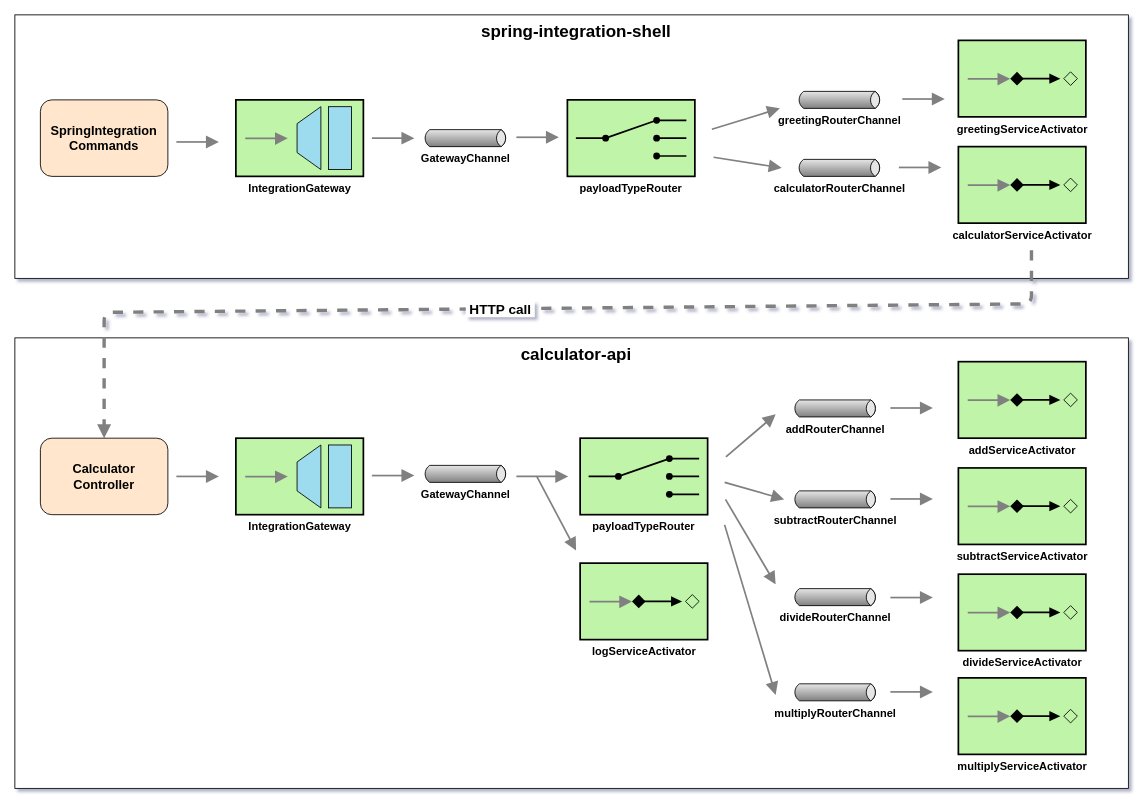
Before: images/project-diagram.drawio in ivangfr/spring-integration-examples, a draw.io diagram. Source tidied: cells renumbered, new cells numbered last; positions are measured from the earlier drawing's top-left corner, leaving out a move shared by most shapes. Both pictures are drawn from the tidied source at 85%, with x=0, y=0 at pixel (14, 14).
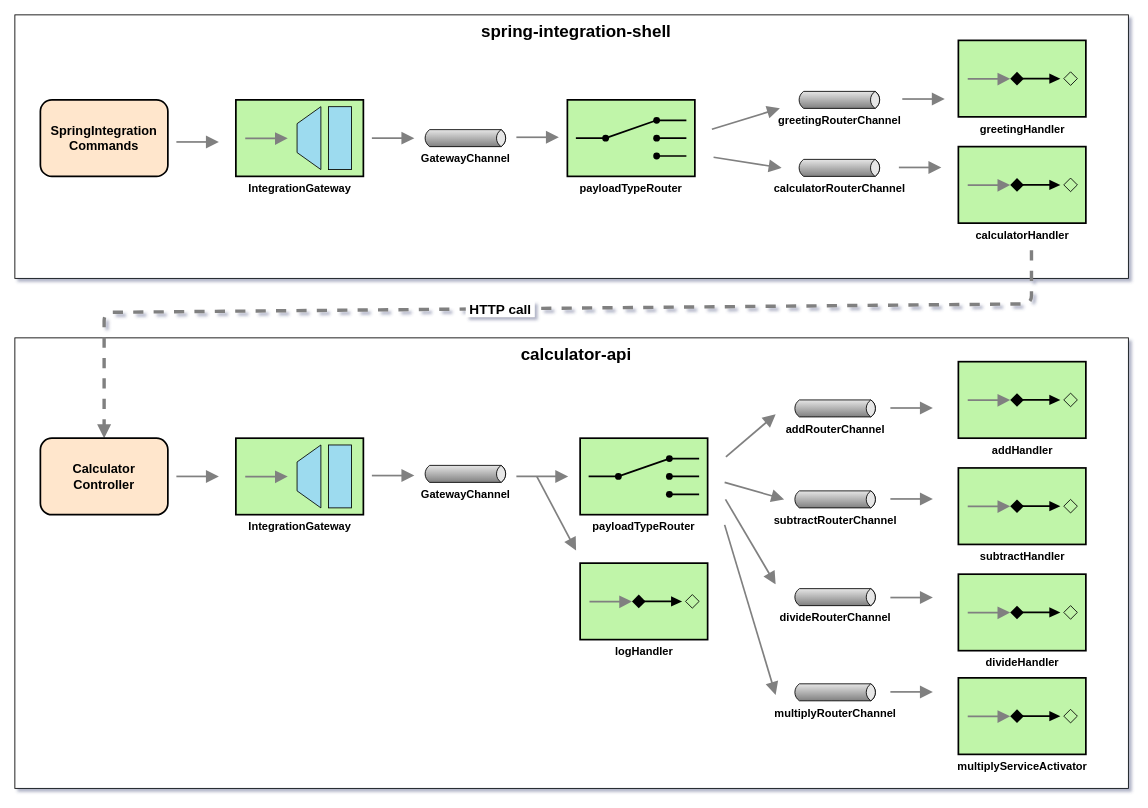
The same diagram, later.

Change to the diagram source:
```diff
@@
-    <mxCell id="9" value="calculatorServiceActivator" style="fillColor=#c0f5a9;dashed=0;strokeWidth=2;strokeColor=#000000;html=1;align=center;fontSize=13;verticalLabelPosition=bottom;verticalAlign=top;shape=mxgraph.eip.service_activator;fontStyle=1;" parent="1" vertex="1">
+    <mxCell id="9" value="calculatorHandler" style="fillColor=#c0f5a9;dashed=0;strokeWidth=2;strokeColor=#000000;html=1;align=center;fontSize=13;verticalLabelPosition=bottom;verticalAlign=top;shape=mxgraph.eip.service_activator;fontStyle=1;" parent="1" vertex="1">
       <mxGeometry x="1110" y="155" width="150" height="90" as="geometry" />
     </mxCell>
-    <mxCell id="10" value="greetingServiceActivator" style="fillColor=#c0f5a9;dashed=0;strokeWidth=2;strokeColor=#000000;html=1;align=center;fontSize=13;verticalLabelPosition=bottom;verticalAlign=top;shape=mxgraph.eip.service_activator;fontStyle=1;" parent="1" vertex="1">
+    <mxCell id="10" value="greetingHandler" style="fillColor=#c0f5a9;dashed=0;strokeWidth=2;strokeColor=#000000;html=1;align=center;fontSize=13;verticalLabelPosition=bottom;verticalAlign=top;shape=mxgraph.eip.service_activator;fontStyle=1;" parent="1" vertex="1">
       <mxGeometry x="1110" y="30" width="150" height="90" as="geometry" />
     </mxCell>
@@
-    <mxCell id="20" value="&lt;span style=&quot;font-size: 15px&quot;&gt;&lt;b&gt;SpringIntegration&lt;br&gt;Commands&lt;/b&gt;&lt;/span&gt;" style="rounded=1;whiteSpace=wrap;html=1;fontSize=13;fillColor=#ffe6cc;strokeColor=#000000;" parent="1" vertex="1">
+    <mxCell id="20" value="&lt;span style=&quot;font-size: 15px&quot;&gt;&lt;b&gt;SpringIntegration&lt;br&gt;Commands&lt;/b&gt;&lt;/span&gt;" style="rounded=1;whiteSpace=wrap;html=1;fontSize=13;fillColor=#ffe6cc;strokeColor=#000000;strokeWidth=2;" parent="1" vertex="1">
       <mxGeometry x="30" y="100" width="150" height="90" as="geometry" />
     </mxCell>
@@
-    <mxCell id="22" value="&lt;span style=&quot;font-size: 15px&quot;&gt;&lt;b&gt;Calculator&lt;br&gt;Controller&lt;/b&gt;&lt;/span&gt;" style="rounded=1;whiteSpace=wrap;html=1;fontSize=13;fillColor=#ffe6cc;strokeColor=#000000;" parent="1" vertex="1">
+    <mxCell id="22" value="&lt;span style=&quot;font-size: 15px&quot;&gt;&lt;b&gt;Calculator&lt;br&gt;Controller&lt;/b&gt;&lt;/span&gt;" style="rounded=1;whiteSpace=wrap;html=1;fontSize=13;fillColor=#ffe6cc;strokeColor=#000000;strokeWidth=2;" parent="1" vertex="1">
       <mxGeometry x="30" y="498" width="150" height="90" as="geometry" />
     </mxCell>
@@
-    <mxCell id="30" value="addServiceActivator" style="fillColor=#c0f5a9;dashed=0;strokeWidth=2;strokeColor=#000000;html=1;align=center;fontSize=13;verticalLabelPosition=bottom;verticalAlign=top;shape=mxgraph.eip.service_activator;fontStyle=1;" parent="1" vertex="1">
+    <mxCell id="30" value="addHandler" style="fillColor=#c0f5a9;dashed=0;strokeWidth=2;strokeColor=#000000;html=1;align=center;fontSize=13;verticalLabelPosition=bottom;verticalAlign=top;shape=mxgraph.eip.service_activator;fontStyle=1;" parent="1" vertex="1">
       <mxGeometry x="1110" y="408" width="150" height="90" as="geometry" />
     </mxCell>
-    <mxCell id="31" value="subtractServiceActivator" style="fillColor=#c0f5a9;dashed=0;strokeWidth=2;strokeColor=#000000;html=1;align=center;fontSize=13;verticalLabelPosition=bottom;verticalAlign=top;shape=mxgraph.eip.service_activator;fontStyle=1;" parent="1" vertex="1">
+    <mxCell id="31" value="subtractHandler" style="fillColor=#c0f5a9;dashed=0;strokeWidth=2;strokeColor=#000000;html=1;align=center;fontSize=13;verticalLabelPosition=bottom;verticalAlign=top;shape=mxgraph.eip.service_activator;fontStyle=1;" parent="1" vertex="1">
       <mxGeometry x="1110" y="533" width="150" height="90" as="geometry" />
     </mxCell>
-    <mxCell id="32" value="divideServiceActivator" style="fillColor=#c0f5a9;dashed=0;strokeWidth=2;strokeColor=#000000;html=1;align=center;fontSize=13;verticalLabelPosition=bottom;verticalAlign=top;shape=mxgraph.eip.service_activator;fontStyle=1;" parent="1" vertex="1">
+    <mxCell id="32" value="divideHandler" style="fillColor=#c0f5a9;dashed=0;strokeWidth=2;strokeColor=#000000;html=1;align=center;fontSize=13;verticalLabelPosition=bottom;verticalAlign=top;shape=mxgraph.eip.service_activator;fontStyle=1;" parent="1" vertex="1">
       <mxGeometry x="1110" y="658" width="150" height="90" as="geometry" />
     </mxCell>
@@
-    <mxCell id="45" value="logServiceActivator" style="fillColor=#c0f5a9;dashed=0;strokeWidth=2;strokeColor=#000000;html=1;align=center;fontSize=13;verticalLabelPosition=bottom;verticalAlign=top;shape=mxgraph.eip.service_activator;fontStyle=1;" parent="1" vertex="1">
+    <mxCell id="45" value="logHandler" style="fillColor=#c0f5a9;dashed=0;strokeWidth=2;strokeColor=#000000;html=1;align=center;fontSize=13;verticalLabelPosition=bottom;verticalAlign=top;shape=mxgraph.eip.service_activator;fontStyle=1;" parent="1" vertex="1">
       <mxGeometry x="665" y="645" width="150" height="90" as="geometry" />
     </mxCell>
```
